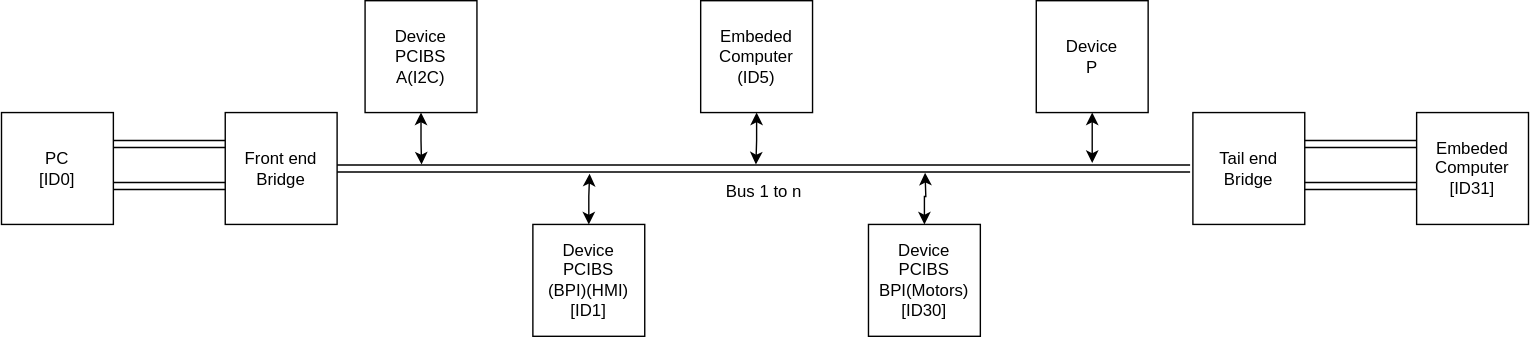
cdg66/BUS_figures keeps this draw.io diagram as BUS_layout.svg. Above is the earlier version. Source tidied: cells renumbered, new cells last; positions are measured from the earlier drawing's top-left corner, leaving out a move shared by most shapes.
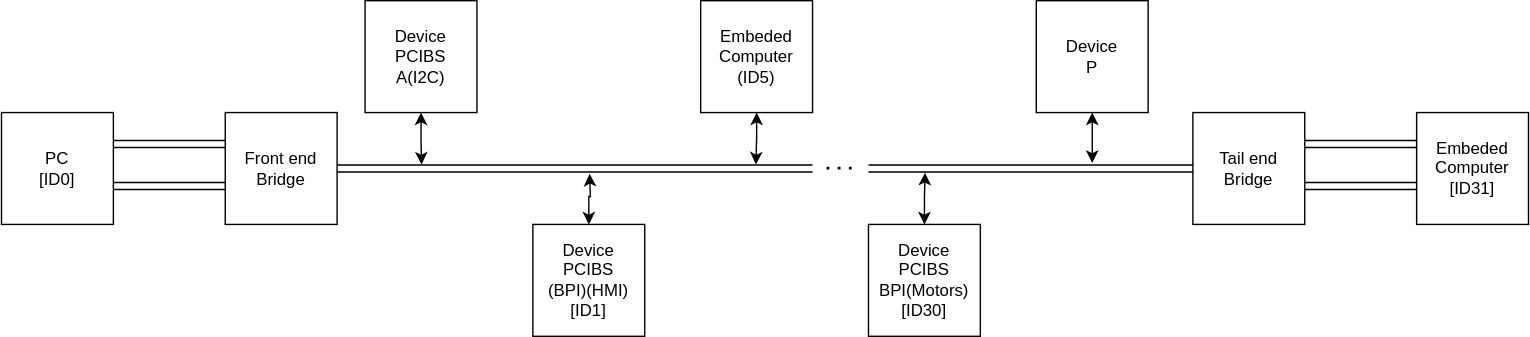
The same file after the commit.

Change to the diagram source:
```diff
@@ -8,9 +8,6 @@
     <mxCell id="3" value="&lt;div&gt;Front end &lt;br&gt;&lt;/div&gt;&lt;div&gt;Bridge&lt;br&gt;&lt;/div&gt;" style="whiteSpace=wrap;html=1;" parent="1" vertex="1">
       <mxGeometry x="160" y="80" width="80" height="80" as="geometry" />
     </mxCell>
-    <mxCell id="4" value="Bus 1 to n" style="verticalLabelPosition=bottom;shadow=0;dashed=0;align=center;html=1;verticalAlign=top;shape=mxgraph.electrical.transmission.2_line_bus;" parent="1" vertex="1">
-      <mxGeometry x="240" y="117.5" width="610" height="5" as="geometry" />
-    </mxCell>
     <mxCell id="5" value="Tail end Bridge" style="whiteSpace=wrap;html=1;" parent="1" vertex="1">
       <mxGeometry x="852" y="80" width="80" height="80" as="geometry" />
     </mxCell>
@@ -54,14 +51,32 @@
     <mxCell id="17" value="&lt;div&gt;Embeded Computer&lt;br&gt;&lt;/div&gt;&lt;div&gt;(ID5)&lt;br&gt;&lt;/div&gt;" style="whiteSpace=wrap;html=1;" parent="1" vertex="1">
       <mxGeometry x="500" width="80" height="80" as="geometry" />
     </mxCell>
-    <mxCell id="18" style="edgeStyle=orthogonalEdgeStyle;rounded=0;jettySize=auto;html=1;entryX=0.296;entryY=1.252;entryDx=0;entryDy=0;entryPerimeter=0;startArrow=classic;startFill=1;" parent="1" edge="1" source="7" target="4">
-      <mxGeometry relative="1" as="geometry" />
+    <mxCell id="18" style="edgeStyle=orthogonalEdgeStyle;rounded=0;jettySize=auto;html=1;entryX=0.296;entryY=1.252;entryDx=0;entryDy=0;entryPerimeter=0;startArrow=classic;startFill=1;" parent="1" edge="1" source="7">
+      <mxGeometry relative="1" as="geometry">
+        <mxPoint x="420.6" y="123.8" as="targetPoint" />
+      </mxGeometry>
     </mxCell>
-    <mxCell id="19" style="edgeStyle=orthogonalEdgeStyle;rounded=0;jettySize=auto;html=1;entryX=0.491;entryY=-0.081;entryDx=0;entryDy=0;entryPerimeter=0;startArrow=classic;startFill=1;" parent="1" edge="1" source="17" target="4">
-      <mxGeometry relative="1" as="geometry" />
+    <mxCell id="19" style="edgeStyle=orthogonalEdgeStyle;rounded=0;jettySize=auto;html=1;entryX=0.491;entryY=-0.081;entryDx=0;entryDy=0;entryPerimeter=0;startArrow=classic;startFill=1;" parent="1" edge="1" source="17">
+      <mxGeometry relative="1" as="geometry">
+        <mxPoint x="539.5" y="117.1" as="targetPoint" />
+      </mxGeometry>
     </mxCell>
-    <mxCell id="20" style="edgeStyle=orthogonalEdgeStyle;rounded=0;jettySize=auto;html=1;entryX=0.099;entryY=-0.081;entryDx=0;entryDy=0;entryPerimeter=0;startArrow=classic;startFill=1;" parent="1" edge="1" source="2" target="4">
-      <mxGeometry relative="1" as="geometry" />
+    <mxCell id="20" style="edgeStyle=orthogonalEdgeStyle;rounded=0;jettySize=auto;html=1;entryX=0.099;entryY=-0.081;entryDx=0;entryDy=0;entryPerimeter=0;startArrow=classic;startFill=1;" parent="1" edge="1" source="2">
+      <mxGeometry relative="1" as="geometry">
+        <mxPoint x="300.4" y="117.1" as="targetPoint" />
+      </mxGeometry>
     </mxCell>
+    <mxCell id="21" style="verticalLabelPosition=bottom;shadow=0;dashed=0;align=center;html=1;verticalAlign=top;shape=mxgraph.electrical.transmission.2_line_bus;" parent="1" vertex="1">
+      <mxGeometry x="240" y="117.5" width="340" height="5" as="geometry" />
+    </mxCell>
+    <mxCell id="22" style="verticalLabelPosition=bottom;shadow=0;dashed=0;align=center;html=1;verticalAlign=top;shape=mxgraph.electrical.transmission.2_line_bus;" parent="1" vertex="1">
+      <mxGeometry x="620" y="117.5" width="232" height="5" as="geometry" />
+    </mxCell>
+    <mxCell id="23" style="endArrow=none;dashed=1;html=1;dashPattern=1 3;strokeWidth=2;rounded=0;" parent="1" edge="1">
+      <mxGeometry relative="1" as="geometry">
+        <mxPoint x="590" y="119.7" as="sourcePoint" />
+        <mxPoint x="610" y="119.7" as="targetPoint" />
+      </mxGeometry>
+    </mxCell>
   </root>
 </mxGraphModel>
```
